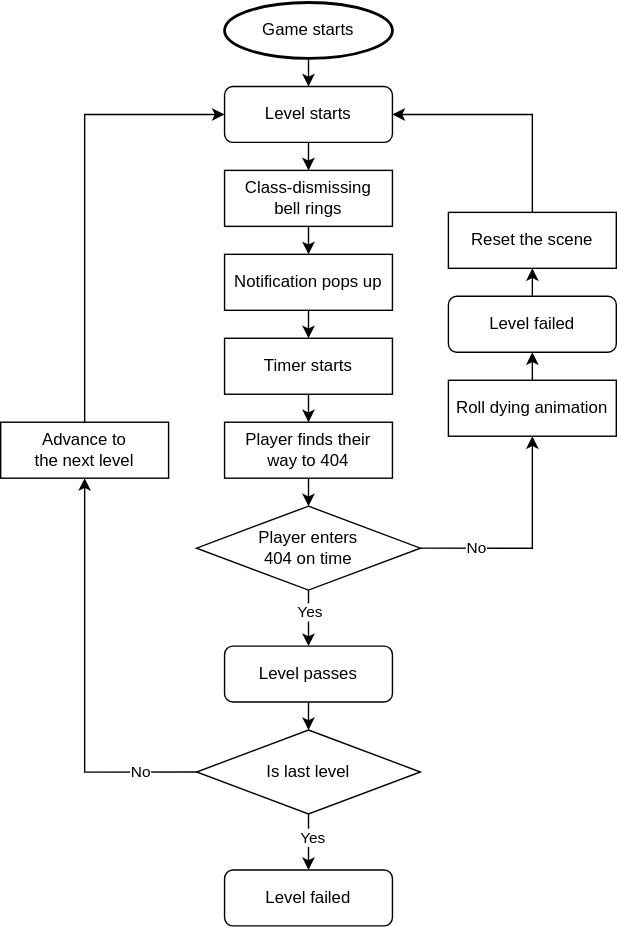
Above: Concept Doc/assets/Classroom 404 Game Cycle.svg in Nianyi-GSND-Projects/GSND-5110-GP3 (draw.io), before the change. Source tidied: cells renumbered, new cells last; positions are measured from the earlier drawing's top-left corner, leaving out a move shared by most shapes.
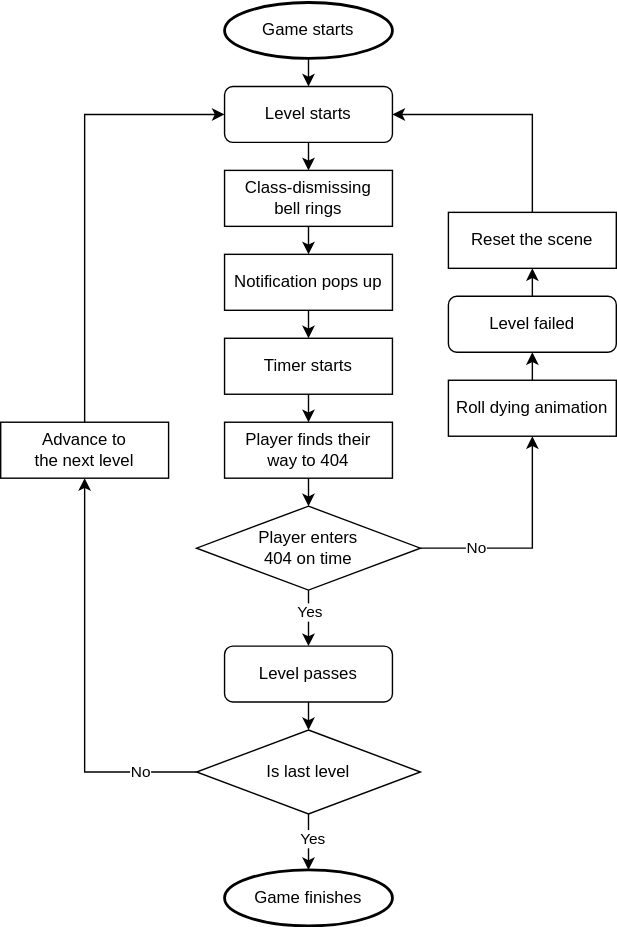
After the change.

The edit, as a diff of the source:
```diff
@@ -80,7 +80,7 @@
     <mxCell id="27" value="&lt;div&gt;Player enters&lt;/div&gt;&lt;div&gt;404 on time&lt;/div&gt;" style="rhombus;whiteSpace=wrap;html=1;" parent="1" vertex="1">
       <mxGeometry x="140" y="360" width="160" height="60" as="geometry" />
     </mxCell>
-    <mxCell id="28" style="edgeStyle=orthogonalEdgeStyle;rounded=0;jettySize=auto;html=1;exitX=0.5;exitY=1;exitDx=0;exitDy=0;entryX=0.5;entryY=0;entryDx=0;entryDy=0;" parent="1" edge="1" source="31" target="32">
+    <mxCell id="28" style="edgeStyle=orthogonalEdgeStyle;rounded=0;jettySize=auto;html=1;exitX=0.5;exitY=1;exitDx=0;exitDy=0;entryX=0.5;entryY=0;entryDx=0;entryDy=0;entryPerimeter=0;" parent="1" edge="1" source="31" target="33">
       <mxGeometry relative="1" as="geometry" />
     </mxCell>
     <mxCell id="29" value="Yes" style="edgeLabel;html=1;align=center;verticalAlign=middle;" parent="28" vertex="1">
@@ -92,8 +92,8 @@
     <mxCell id="31" value="Is last level" style="rhombus;whiteSpace=wrap;html=1;" parent="1" vertex="1">
       <mxGeometry x="140" y="520" width="160" height="60" as="geometry" />
     </mxCell>
-    <mxCell id="32" value="Level failed" style="rounded=1;whiteSpace=wrap;html=1;" parent="1" vertex="1">
-      <mxGeometry x="160" y="620" width="120" height="40" as="geometry" />
-    </mxCell>
+    <mxCell id="33" value="&lt;div&gt;Game finishes&lt;/div&gt;" style="strokeWidth=2;html=1;shape=mxgraph.flowchart.start_2;whiteSpace=wrap;" parent="1" vertex="1">
+      <mxGeometry x="160" y="620" width="120" height="40" as="geometry" />
+    </mxCell>
   </root>
 </mxGraphModel>
```
